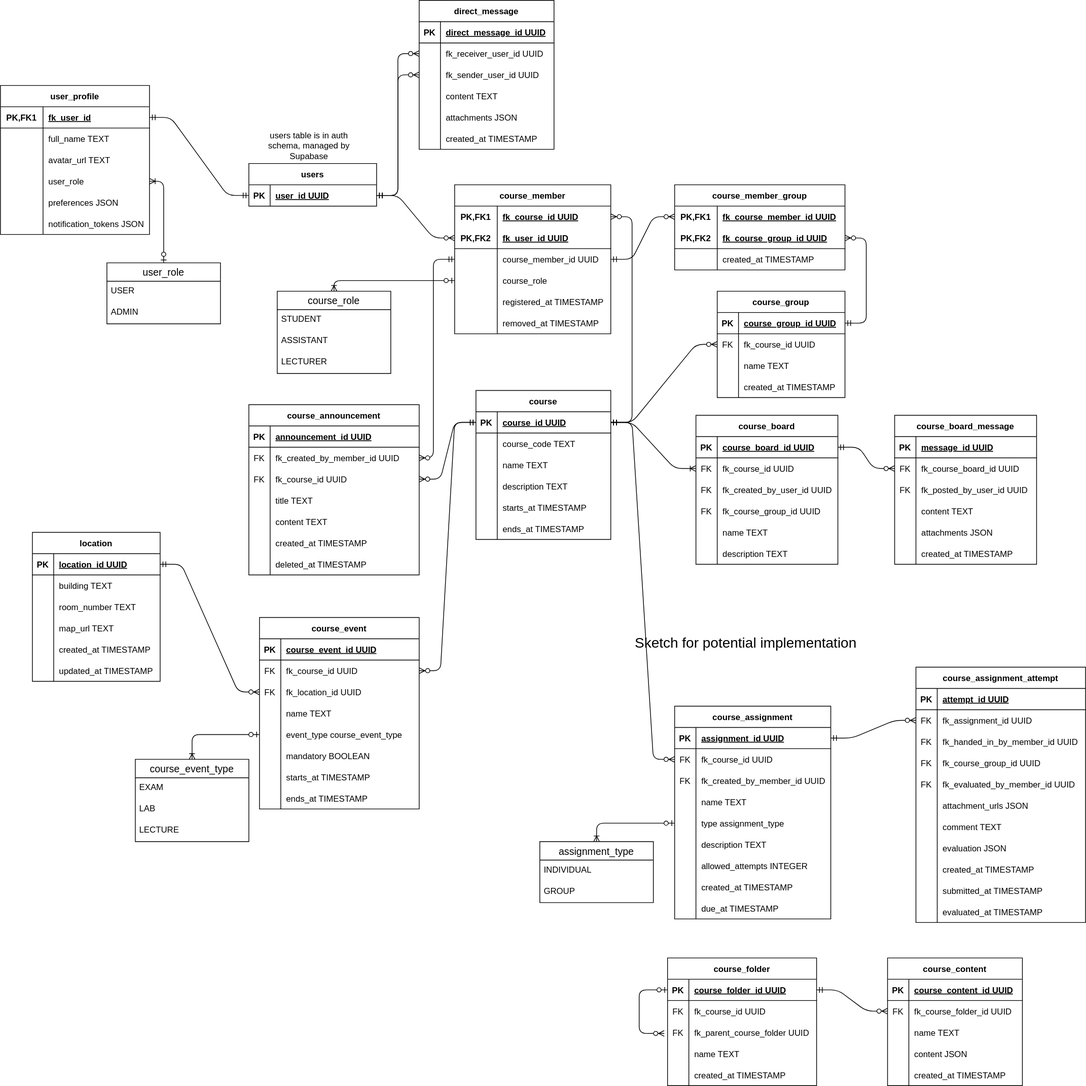
Before: docs/diagrams/er-diagram.drawio.svg, a diagram exported from draw.io (thedatasnok/idata2503-project). Source tidied: cells renumbered, new cells last; positions are measured from the earlier drawing's top-left corner, leaving out a move shared by most shapes.
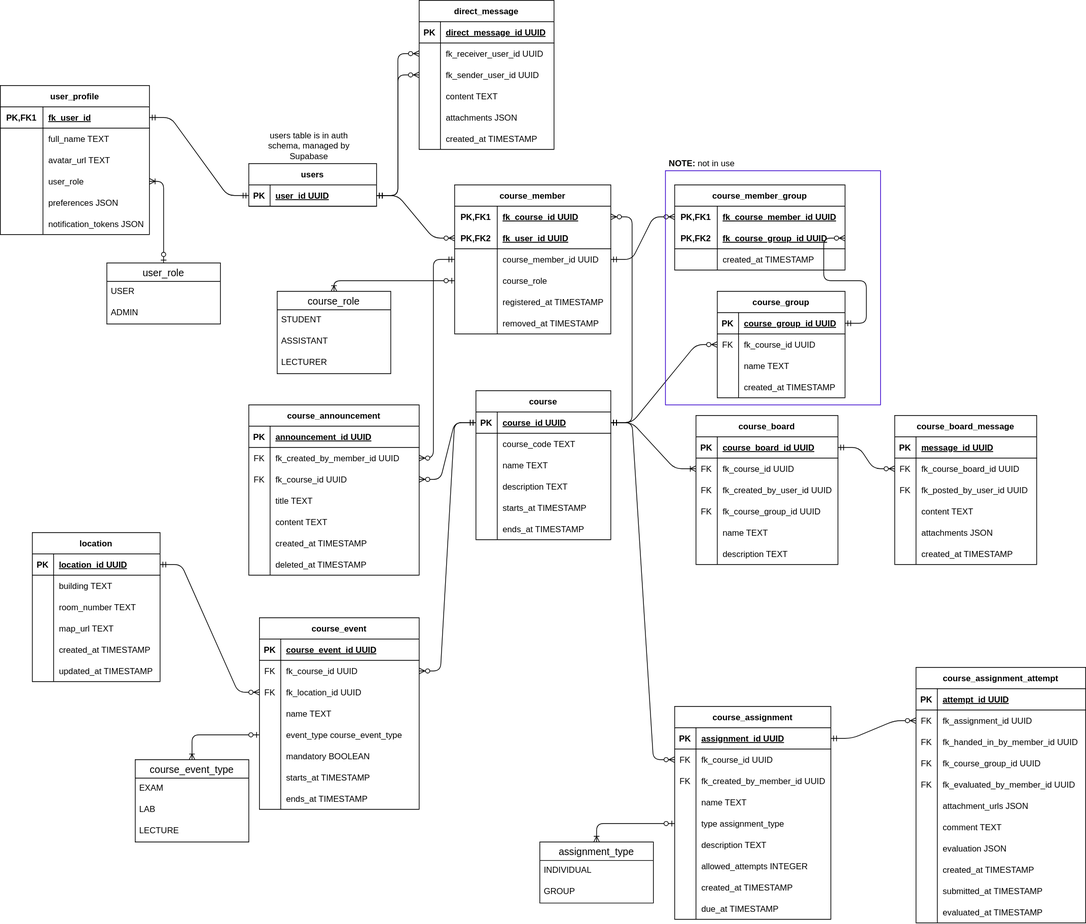
Later version of the same file.

Commit message:
docs: add comment about course groups & remove unimplemented tables

The edit, as a diff of the source:
```diff
@@ -644,9 +644,6 @@
         </Array>
       </mxGeometry>
     </mxCell>
-    <mxCell id="209" value="Sketch for potential implementation" style="text;html=1;strokeColor=none;fillColor=none;align=center;verticalAlign=middle;whiteSpace=wrap;rounded=0;fontSize=20;" parent="1" vertex="1">
-      <mxGeometry x="842.5" y="890" width="415" height="30" as="geometry" />
-    </mxCell>
     <mxCell id="210" value="direct_message" style="shape=table;startSize=30;rowLines=0;fontStyle=1;align=center;fontSize=12;" parent="1" vertex="1">
       <mxGeometry x="590" width="190" height="210" as="geometry" />
     </mxCell>
@@ -710,113 +707,6 @@
     <mxCell id="230" style="fontSize=12;html=1;endArrow=ERzeroToMany;startArrow=ERmandOne;edgeStyle=entityRelationEdgeStyle;entryX=0;entryY=0.5;entryDx=0;entryDy=0;exitX=1;exitY=0.5;exitDx=0;exitDy=0;" parent="1" edge="1" source="3" target="217">
       <mxGeometry relative="1" as="geometry" />
     </mxCell>
-    <mxCell id="231" value="course_folder" style="shape=table;startSize=30;rowLines=0;fontStyle=1;align=center;fontSize=12;" parent="1" vertex="1">
-      <mxGeometry x="940" y="1350" width="210" height="180" as="geometry" />
-    </mxCell>
-    <mxCell id="232" style="shape=tableRow;horizontal=0;startSize=0;swimlaneHead=0;swimlaneBody=0;fillColor=none;points=[[0,0.5],[1,0.5]];portConstraint=eastwest;top=0;left=0;right=0;bottom=1;fontSize=12;" parent="231" vertex="1">
-      <mxGeometry y="30" width="210" height="30" as="geometry" />
-    </mxCell>
-    <mxCell id="233" value="PK" style="shape=partialRectangle;fillColor=none;top=0;left=0;bottom=0;right=0;fontStyle=1;overflow=hidden;fontSize=12;" parent="232" vertex="1">
-      <mxGeometry width="30" height="30" as="geometry" />
-    </mxCell>
-    <mxCell id="234" value="course_folder_id UUID" style="shape=partialRectangle;fillColor=none;top=0;left=0;bottom=0;right=0;align=left;spacingLeft=6;fontStyle=5;overflow=hidden;fontSize=12;" parent="232" vertex="1">
-      <mxGeometry x="30" width="180" height="30" as="geometry" />
-    </mxCell>
-    <mxCell id="235" style="shape=tableRow;horizontal=0;startSize=0;swimlaneHead=0;swimlaneBody=0;fillColor=none;top=0;left=0;right=0;bottom=0;fontSize=12;" parent="231" vertex="1">
-      <mxGeometry y="60" width="210" height="30" as="geometry" />
-    </mxCell>
-    <mxCell id="236" value="FK" style="shape=partialRectangle;fillColor=none;top=0;left=0;bottom=0;right=0;overflow=hidden;fontSize=12;" parent="235" vertex="1">
-      <mxGeometry width="30" height="30" as="geometry" />
-    </mxCell>
-    <mxCell id="237" value="fk_course_id UUID" style="shape=partialRectangle;fillColor=none;top=0;left=0;bottom=0;right=0;align=left;spacingLeft=6;overflow=hidden;fontSize=12;" parent="235" vertex="1">
-      <mxGeometry x="30" width="180" height="30" as="geometry" />
-    </mxCell>
-    <mxCell id="238" style="shape=tableRow;horizontal=0;startSize=0;swimlaneHead=0;swimlaneBody=0;fillColor=none;points=[[0,0.5],[1,0.5]];portConstraint=eastwest;top=0;left=0;right=0;bottom=0;fontSize=12;" parent="231" vertex="1">
-      <mxGeometry y="90" width="210" height="30" as="geometry" />
-    </mxCell>
-    <mxCell id="239" value="FK" style="shape=partialRectangle;fillColor=none;top=0;left=0;bottom=0;right=0;overflow=hidden;fontSize=12;" parent="238" vertex="1">
-      <mxGeometry width="30" height="30" as="geometry" />
-    </mxCell>
-    <mxCell id="240" value="fk_parent_course_folder UUID" style="shape=partialRectangle;fillColor=none;top=0;left=0;bottom=0;right=0;align=left;spacingLeft=6;overflow=hidden;fontSize=12;" parent="238" vertex="1">
-      <mxGeometry x="30" width="180" height="30" as="geometry" />
-    </mxCell>
-    <mxCell id="241" style="shape=tableRow;horizontal=0;startSize=0;swimlaneHead=0;swimlaneBody=0;fillColor=none;top=0;left=0;right=0;bottom=0;fontSize=12;" parent="231" vertex="1">
-      <mxGeometry y="120" width="210" height="30" as="geometry" />
-    </mxCell>
-    <mxCell id="242" style="shape=partialRectangle;fillColor=none;top=0;left=0;bottom=0;right=0;overflow=hidden;fontSize=12;" parent="241" vertex="1">
-      <mxGeometry width="30" height="30" as="geometry" />
-    </mxCell>
-    <mxCell id="243" value="name TEXT" style="shape=partialRectangle;fillColor=none;top=0;left=0;bottom=0;right=0;align=left;spacingLeft=6;overflow=hidden;fontSize=12;" parent="241" vertex="1">
-      <mxGeometry x="30" width="180" height="30" as="geometry" />
-    </mxCell>
-    <mxCell id="244" style="edgeStyle=orthogonalEdgeStyle;fontSize=12;html=1;endArrow=ERzeroToMany;startArrow=ERzeroToOne;exitX=0;exitY=0.5;exitDx=0;exitDy=0;entryX=-0.022;entryY=0.546;entryDx=0;entryDy=0;entryPerimeter=0;endFill=0;" parent="231" edge="1" source="232" target="238">
-      <mxGeometry relative="1" as="geometry">
-        <Array as="points">
-          <mxPoint x="-40" y="45" />
-          <mxPoint x="-40" y="106" />
-        </Array>
-      </mxGeometry>
-    </mxCell>
-    <mxCell id="245" style="shape=tableRow;horizontal=0;startSize=0;swimlaneHead=0;swimlaneBody=0;fillColor=none;top=0;left=0;right=0;bottom=0;fontSize=12;" parent="231" vertex="1">
-      <mxGeometry y="150" width="210" height="30" as="geometry" />
-    </mxCell>
-    <mxCell id="246" style="shape=partialRectangle;fillColor=none;top=0;left=0;bottom=0;right=0;overflow=hidden;fontSize=12;" parent="245" vertex="1">
-      <mxGeometry width="30" height="30" as="geometry" />
-    </mxCell>
-    <mxCell id="247" value="created_at TIMESTAMP" style="shape=partialRectangle;fillColor=none;top=0;left=0;bottom=0;right=0;align=left;spacingLeft=6;overflow=hidden;fontSize=12;" parent="245" vertex="1">
-      <mxGeometry x="30" width="180" height="30" as="geometry" />
-    </mxCell>
-    <mxCell id="248" value="course_content" style="shape=table;startSize=30;rowLines=0;fontStyle=1;align=center;fontSize=12;" parent="1" vertex="1">
-      <mxGeometry x="1250" y="1350" width="190" height="180" as="geometry" />
-    </mxCell>
-    <mxCell id="249" style="shape=tableRow;horizontal=0;startSize=0;swimlaneHead=0;swimlaneBody=0;fillColor=none;top=0;left=0;right=0;bottom=1;fontSize=12;" parent="248" vertex="1">
-      <mxGeometry y="30" width="190" height="30" as="geometry" />
-    </mxCell>
-    <mxCell id="250" value="PK" style="shape=partialRectangle;fillColor=none;top=0;left=0;bottom=0;right=0;fontStyle=1;overflow=hidden;fontSize=12;" parent="249" vertex="1">
-      <mxGeometry width="30" height="30" as="geometry" />
-    </mxCell>
-    <mxCell id="251" value="course_content_id UUID" style="shape=partialRectangle;fillColor=none;top=0;left=0;bottom=0;right=0;align=left;spacingLeft=6;fontStyle=5;overflow=hidden;fontSize=12;" parent="249" vertex="1">
-      <mxGeometry x="30" width="160" height="30" as="geometry" />
-    </mxCell>
-    <mxCell id="252" style="shape=tableRow;horizontal=0;startSize=0;swimlaneHead=0;swimlaneBody=0;fillColor=none;points=[[0,0.5],[1,0.5]];portConstraint=eastwest;top=0;left=0;right=0;bottom=0;fontSize=12;" parent="248" vertex="1">
-      <mxGeometry y="60" width="190" height="30" as="geometry" />
-    </mxCell>
-    <mxCell id="253" value="FK" style="shape=partialRectangle;fillColor=none;top=0;left=0;bottom=0;right=0;overflow=hidden;fontSize=12;" parent="252" vertex="1">
-      <mxGeometry width="30" height="30" as="geometry" />
-    </mxCell>
-    <mxCell id="254" value="fk_course_folder_id UUID" style="shape=partialRectangle;fillColor=none;top=0;left=0;bottom=0;right=0;align=left;spacingLeft=6;overflow=hidden;fontSize=12;" parent="252" vertex="1">
-      <mxGeometry x="30" width="160" height="30" as="geometry" />
-    </mxCell>
-    <mxCell id="255" style="shape=tableRow;horizontal=0;startSize=0;swimlaneHead=0;swimlaneBody=0;fillColor=none;top=0;left=0;right=0;bottom=0;fontSize=12;" parent="248" vertex="1">
-      <mxGeometry y="90" width="190" height="30" as="geometry" />
-    </mxCell>
-    <mxCell id="256" style="shape=partialRectangle;fillColor=none;top=0;left=0;bottom=0;right=0;overflow=hidden;fontSize=12;" parent="255" vertex="1">
-      <mxGeometry width="30" height="30" as="geometry" />
-    </mxCell>
-    <mxCell id="257" value="name TEXT" style="shape=partialRectangle;fillColor=none;top=0;left=0;bottom=0;right=0;align=left;spacingLeft=6;overflow=hidden;fontSize=12;" parent="255" vertex="1">
-      <mxGeometry x="30" width="160" height="30" as="geometry" />
-    </mxCell>
-    <mxCell id="258" style="shape=tableRow;horizontal=0;startSize=0;swimlaneHead=0;swimlaneBody=0;fillColor=none;top=0;left=0;right=0;bottom=0;fontSize=12;" parent="248" vertex="1">
-      <mxGeometry y="120" width="190" height="30" as="geometry" />
-    </mxCell>
-    <mxCell id="259" style="shape=partialRectangle;fillColor=none;top=0;left=0;bottom=0;right=0;overflow=hidden;fontSize=12;" parent="258" vertex="1">
-      <mxGeometry width="30" height="30" as="geometry" />
-    </mxCell>
-    <mxCell id="260" value="content JSON" style="shape=partialRectangle;fillColor=none;top=0;left=0;bottom=0;right=0;align=left;spacingLeft=6;overflow=hidden;fontSize=12;" parent="258" vertex="1">
-      <mxGeometry x="30" width="160" height="30" as="geometry" />
-    </mxCell>
-    <mxCell id="261" style="shape=tableRow;horizontal=0;startSize=0;swimlaneHead=0;swimlaneBody=0;fillColor=none;top=0;left=0;right=0;bottom=0;fontSize=12;" parent="248" vertex="1">
-      <mxGeometry y="150" width="190" height="30" as="geometry" />
-    </mxCell>
-    <mxCell id="262" style="shape=partialRectangle;fillColor=none;top=0;left=0;bottom=0;right=0;overflow=hidden;fontSize=12;" parent="261" vertex="1">
-      <mxGeometry width="30" height="30" as="geometry" />
-    </mxCell>
-    <mxCell id="263" value="created_at TIMESTAMP" style="shape=partialRectangle;fillColor=none;top=0;left=0;bottom=0;right=0;align=left;spacingLeft=6;overflow=hidden;fontSize=12;" parent="261" vertex="1">
-      <mxGeometry x="30" width="160" height="30" as="geometry" />
-    </mxCell>
-    <mxCell id="264" style="edgeStyle=entityRelationEdgeStyle;fontSize=12;html=1;endArrow=ERzeroToMany;startArrow=ERmandOne;exitX=1;exitY=0.5;exitDx=0;exitDy=0;entryX=0;entryY=0.5;entryDx=0;entryDy=0;" parent="1" edge="1" source="232" target="252">
-      <mxGeometry relative="1" as="geometry" />
-    </mxCell>
     <mxCell id="265" value="user_profile" style="shape=table;startSize=30;rowLines=0;fontStyle=1;align=center;" parent="1" vertex="1">
       <mxGeometry y="120" width="210" height="210" as="geometry" />
     </mxCell>
@@ -1045,5 +935,11 @@
     <mxCell id="340" value="evaluated_at TIMESTAMP" style="shape=partialRectangle;fillColor=none;top=0;left=0;bottom=0;right=0;align=left;spacingLeft=6;overflow=hidden;" parent="338" vertex="1">
       <mxGeometry x="30" width="209" height="30" as="geometry" />
     </mxCell>
+    <mxCell id="341" value="&lt;b&gt;NOTE: &lt;/b&gt;not in use" style="text;html=1;strokeColor=none;fillColor=none;align=center;verticalAlign=middle;whiteSpace=wrap;rounded=0;" parent="1" vertex="1">
+      <mxGeometry x="937" y="220" width="103" height="20" as="geometry" />
+    </mxCell>
+    <mxCell id="342" style="rounded=0;whiteSpace=wrap;html=1;fillColor=none;fontColor=#ffffff;strokeColor=#3700CC;" parent="1" vertex="1">
+      <mxGeometry x="937" y="240" width="303" height="330" as="geometry" />
+    </mxCell>
   </root>
 </mxGraphModel>
```
